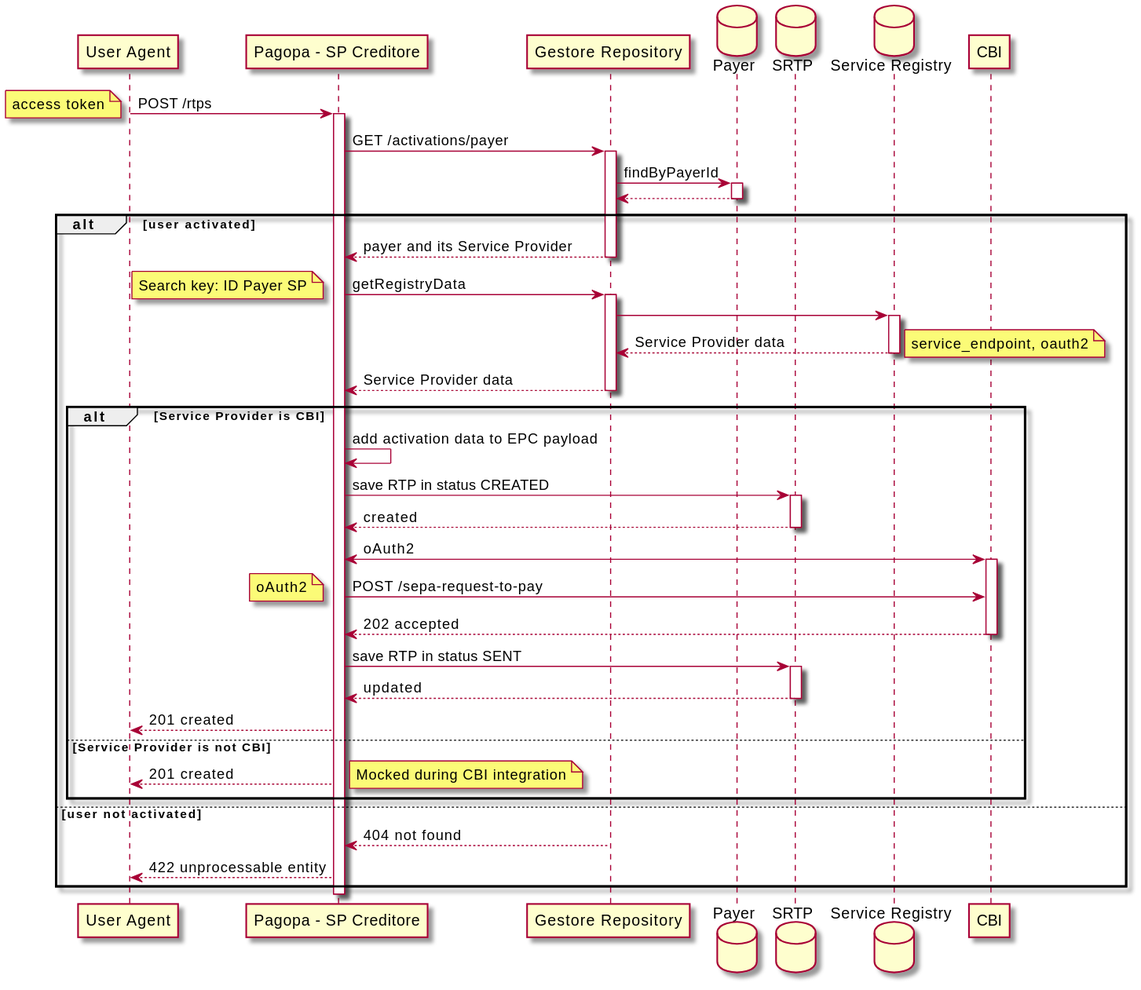
Before: diagrams/send.svg, a diagram exported from PlantUML (pagopa/rtp-docs).
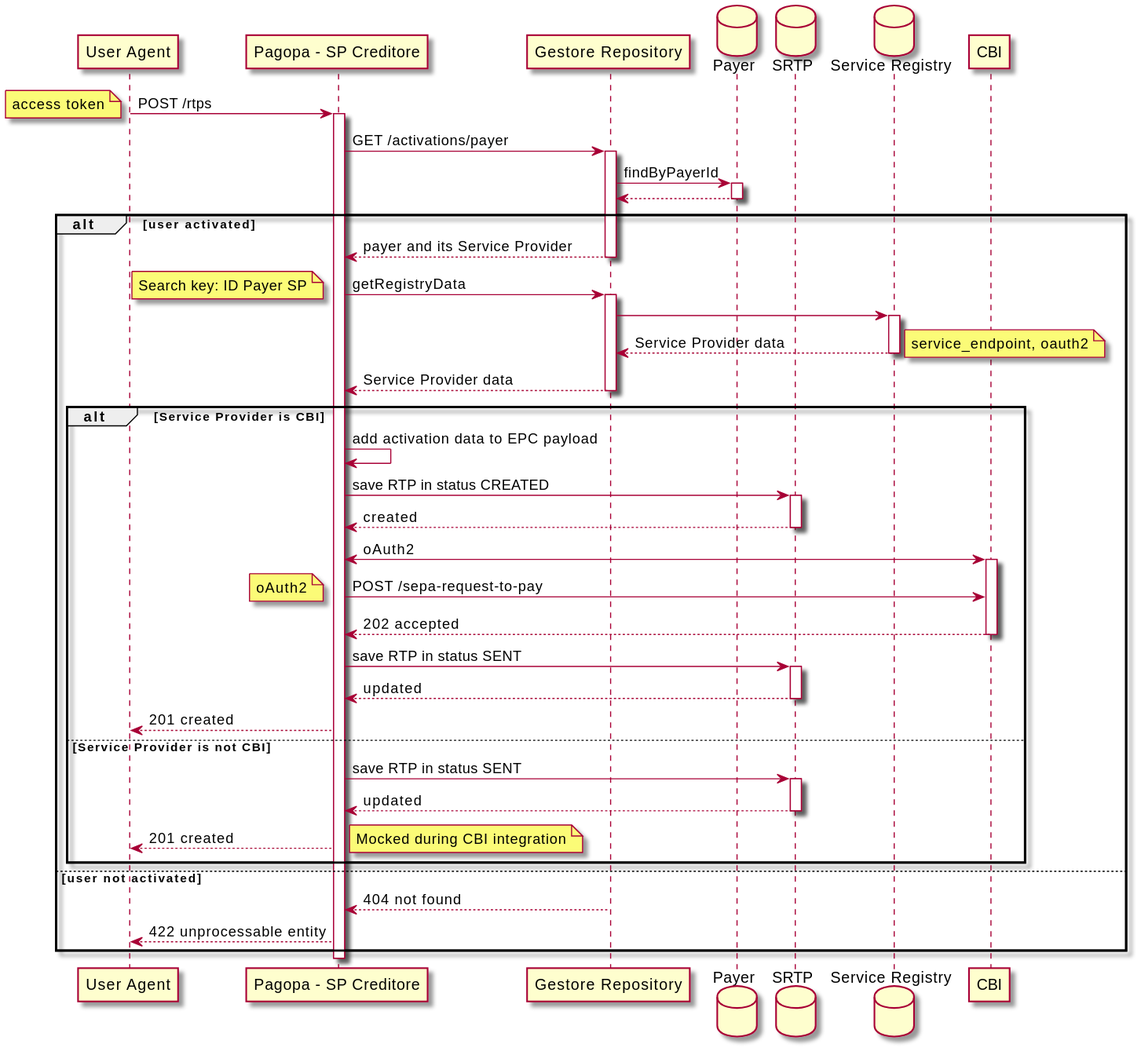
The same file after the commit.

Change to the diagram source:
```diff
@@ -60,6 +60,11 @@
 
 else Service Provider is not CBI
 
+SPC -> SRTP: save RTP in status SENT
+activate SRTP
+SRTP --> SPC: updated
+deactivate SRTP
+
 SPC --> UA: 201 created
 note right: Mocked during CBI integration
 
```
